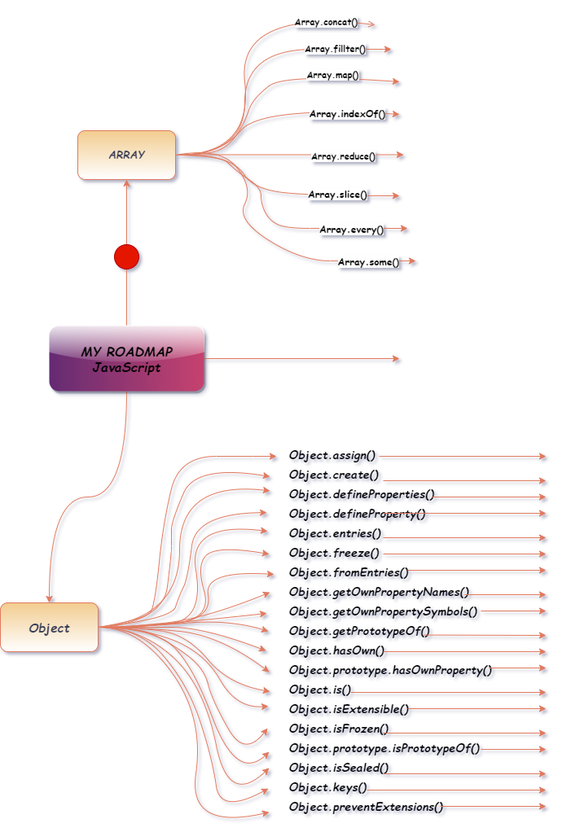
This is Untitled Diagram.png from DungVietLe/abc, a draw.io export, as it was before one commit. Source tidied: cells renumbered, new cells last; positions are measured from the earlier drawing's top-left corner, leaving out a move shared by most shapes.
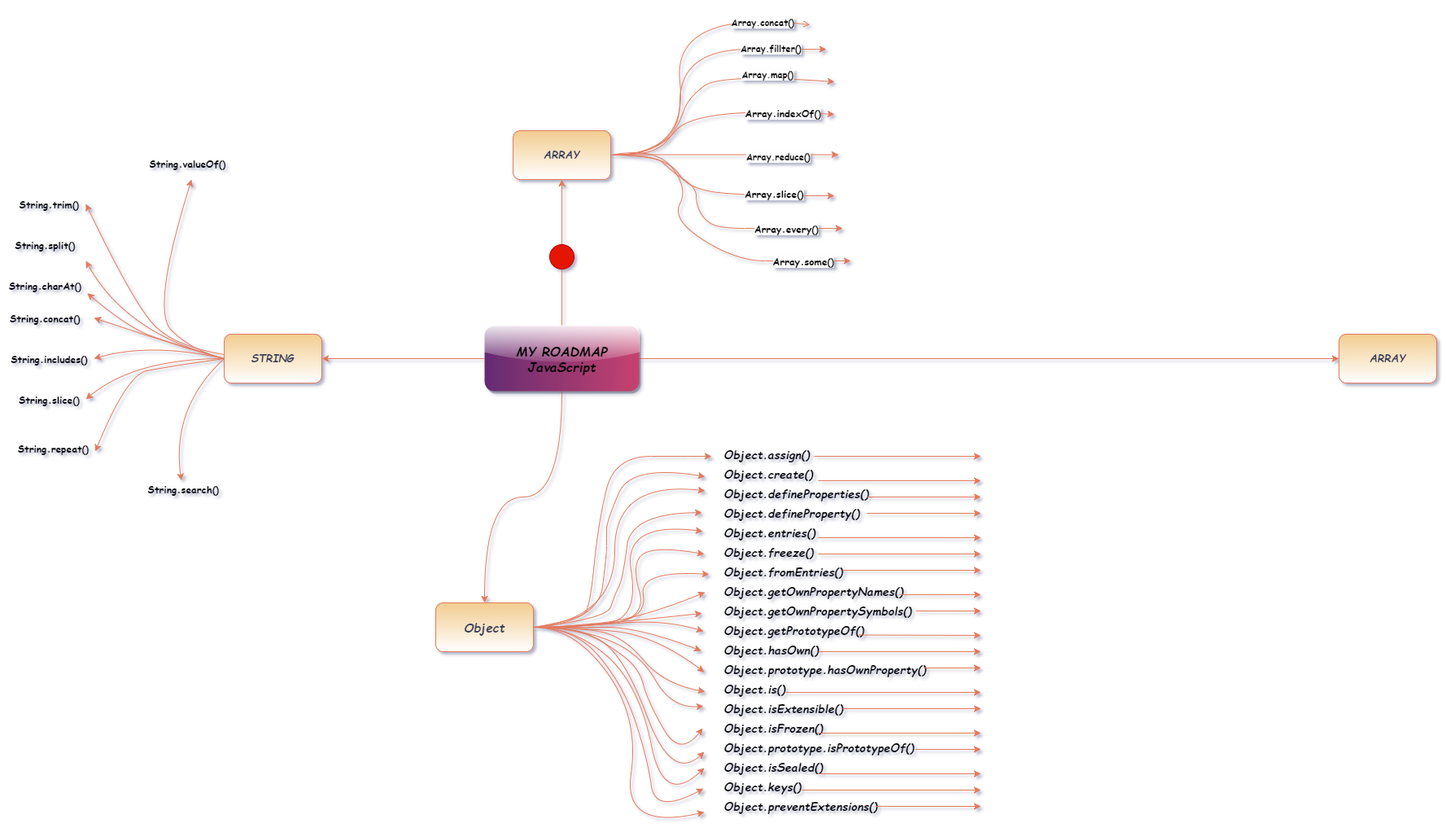
The same file after the commit.

Commit message:
Cập nhật Untitled Diagram.png

Diff of the diagram source:
```diff
@@ -17,10 +17,8 @@
     <mxCell id="3" value="&lt;b&gt;&lt;font style=&quot;font-size: 12px&quot; face=&quot;Comic Sans MS&quot;&gt;Array.some()&lt;/font&gt;&lt;/b&gt;" style="edgeLabel;html=1;align=center;verticalAlign=middle;fontColor=#000000;" parent="2" vertex="1">
       <mxGeometry x="0.7" relative="1" as="geometry" />
     </mxCell>
-    <mxCell id="4" style="edgeStyle=orthogonalEdgeStyle;curved=1;rounded=1;sketch=0;jettySize=auto;html=1;fontColor=#393C56;strokeColor=#E07A5F;fillColor=#F2CC8F;" parent="1" edge="1" source="7">
-      <mxGeometry relative="1" as="geometry">
-        <mxPoint x="490" y="440" as="targetPoint" />
-      </mxGeometry>
+    <mxCell id="4" style="edgeStyle=orthogonalEdgeStyle;curved=1;rounded=1;sketch=0;jettySize=auto;html=1;fontColor=#393C56;strokeColor=#E07A5F;fillColor=#F2CC8F;entryX=0;entryY=0.5;entryDx=0;entryDy=0;" parent="1" edge="1" source="7" target="85">
+      <mxGeometry relative="1" as="geometry" />
     </mxCell>
     <mxCell id="5" style="edgeStyle=orthogonalEdgeStyle;curved=1;rounded=1;sketch=0;jettySize=auto;html=1;entryX=0.5;entryY=1;entryDx=0;entryDy=0;fontColor=#393C56;strokeColor=#E07A5F;fillColor=#F2CC8F;" parent="1" edge="1" source="7" target="8">
       <mxGeometry relative="1" as="geometry" />
@@ -28,6 +26,9 @@
     <mxCell id="6" style="edgeStyle=orthogonalEdgeStyle;curved=1;rounded=1;sketch=0;jettySize=auto;html=1;entryX=0.5;entryY=0;entryDx=0;entryDy=0;fontColor=#393C56;strokeColor=#E07A5F;fillColor=#F2CC8F;" parent="1" edge="1" source="7" target="9">
       <mxGeometry relative="1" as="geometry" />
     </mxCell>
+    <mxCell id="65" style="edgeStyle=orthogonalEdgeStyle;rounded=0;jettySize=auto;html=1;fontColor=#000000;strokeColor=#E07A5F;" parent="1" edge="1" source="7" target="66">
+      <mxGeometry relative="1" as="geometry" />
+    </mxCell>
     <mxCell id="7" value="&lt;i&gt;&lt;b&gt;&lt;font style=&quot;font-size: 16px ; line-height: 120%&quot; face=&quot;Comic Sans MS&quot; color=&quot;#000000&quot;&gt;MY ROADMAP JavaScript&lt;/font&gt;&lt;/b&gt;&lt;/i&gt;" style="shadow=1;labelBorderColor=none;whiteSpace=wrap;html=1;fontColor=#393C56;fillStyle=dashed;rounded=1;glass=1;gradientDirection=east;strokeColor=none;sketch=0;fillColor=#642b73;gradientColor=#c6426e;" parent="1" vertex="1">
       <mxGeometry x="60" y="400" width="190" height="80" as="geometry" />
     </mxCell>
@@ -363,7 +364,7 @@
     </mxCell>
     <mxCell id="49" style="endArrow=classic;html=1;fontColor=#000000;strokeColor=#E07A5F;" parent="1" edge="1">
       <mxGeometry relative="1" as="geometry">
-        <mxPoint x="470" y="630" as="sourcePoint" />
+        <mxPoint x="530" y="630" as="sourcePoint" />
         <mxPoint x="670" y="630" as="targetPoint" />
       </mxGeometry>
     </mxCell>
@@ -457,5 +458,118 @@
         <mxPoint x="670" y="990" as="targetPoint" />
       </mxGeometry>
     </mxCell>
+    <mxCell id="66" value="&lt;i&gt;&lt;b&gt;&lt;font face=&quot;Comic Sans MS&quot; style=&quot;font-size: 13px&quot;&gt;STRING&lt;/font&gt;&lt;/b&gt;&lt;/i&gt;" style="whiteSpace=wrap;html=1;fontColor=#393C56;gradientDirection=south;fillColor=#F2CC8F;rounded=1;strokeColor=#E07A5F;gradientColor=#ffffff;" parent="1" vertex="1">
+      <mxGeometry x="-260" y="410" width="120" height="60" as="geometry" />
+    </mxCell>
+    <mxCell id="67" value="String.charAt()" style="text;html=1;align=center;verticalAlign=middle;points=[];strokeColor=none;fontColor=#000000;fontStyle=1;fontFamily=Comic Sans MS;" parent="1" vertex="1">
+      <mxGeometry x="-535" y="340" width="110" height="20" as="geometry" />
+    </mxCell>
+    <mxCell id="68" value="String.concat()" style="text;html=1;align=center;verticalAlign=middle;strokeColor=none;fontColor=#000000;fontStyle=1;fontFamily=Comic Sans MS;" parent="1" vertex="1">
+      <mxGeometry x="-530" y="380" width="100" height="20" as="geometry" />
+    </mxCell>
+    <mxCell id="69" value="String.includes()" style="text;html=1;align=center;verticalAlign=middle;strokeColor=none;fontColor=#000000;fontStyle=1;fontFamily=Comic Sans MS;" parent="1" vertex="1">
+      <mxGeometry x="-530" y="430" width="110" height="20" as="geometry" />
+    </mxCell>
+    <mxCell id="70" value="String.slice()" style="text;html=1;align=center;verticalAlign=middle;strokeColor=none;fontColor=#000000;fontStyle=1;fontFamily=Comic Sans MS;" parent="1" vertex="1">
+      <mxGeometry x="-520" y="480" width="90" height="20" as="geometry" />
+    </mxCell>
+    <mxCell id="71" value="String.repeat()" style="text;html=1;align=center;verticalAlign=middle;points=[];strokeColor=none;fontColor=#000000;fontStyle=1;fontFamily=Comic Sans MS;" parent="1" vertex="1">
+      <mxGeometry x="-520" y="540" width="100" height="20" as="geometry" />
+    </mxCell>
+    <mxCell id="72" value="String.search()" style="text;html=1;align=center;verticalAlign=middle;points=[];strokeColor=none;fontColor=#000000;fontStyle=1;fontFamily=Comic Sans MS;" parent="1" vertex="1">
+      <mxGeometry x="-360" y="590" width="100" height="20" as="geometry" />
+    </mxCell>
+    <mxCell id="73" value="String.split()" style="text;html=1;align=center;verticalAlign=middle;strokeColor=none;fontColor=#000000;fontStyle=1;fontFamily=Comic Sans MS;" parent="1" vertex="1">
+      <mxGeometry x="-525" y="290" width="90" height="20" as="geometry" />
+    </mxCell>
+    <mxCell id="74" value="String.trim()" style="text;html=1;align=center;verticalAlign=middle;strokeColor=none;fontColor=#000000;fontStyle=1;fontFamily=Comic Sans MS;" parent="1" vertex="1">
+      <mxGeometry x="-520" y="240" width="90" height="20" as="geometry" />
+    </mxCell>
+    <mxCell id="75" value="String.valueOf()" style="text;html=1;align=center;verticalAlign=middle;points=[];strokeColor=none;fontColor=#000000;fontStyle=1;fontFamily=Comic Sans MS;" parent="1" vertex="1">
+      <mxGeometry x="-360" y="190" width="110" height="20" as="geometry" />
+    </mxCell>
+    <mxCell id="76" style="curved=1;endArrow=classic;html=1;fontFamily=Comic Sans MS;fontColor=#000000;strokeColor=#E07A5F;entryX=0.545;entryY=1.5;entryDx=0;entryDy=0;entryPerimeter=0;" parent="1" edge="1" target="75">
+      <mxGeometry relative="1" as="geometry">
+        <mxPoint x="-260" y="440" as="sourcePoint" />
+        <Array as="points">
+          <mxPoint x="-300" y="430" />
+          <mxPoint x="-350" y="380" />
+        </Array>
+      </mxGeometry>
+    </mxCell>
+    <mxCell id="77" style="curved=1;endArrow=classic;html=1;fontFamily=Comic Sans MS;fontColor=#000000;strokeColor=#E07A5F;" parent="1" edge="1">
+      <mxGeometry relative="1" as="geometry">
+        <mxPoint x="-260" y="435" as="sourcePoint" />
+        <mxPoint x="-430" y="250" as="targetPoint" />
+        <Array as="points">
+          <mxPoint x="-320" y="425" />
+          <mxPoint x="-370" y="375" />
+        </Array>
+      </mxGeometry>
+    </mxCell>
+    <mxCell id="78" style="curved=1;endArrow=classic;html=1;fontFamily=Comic Sans MS;fontColor=#000000;strokeColor=#E07A5F;" parent="1" edge="1">
+      <mxGeometry relative="1" as="geometry">
+        <mxPoint x="-260" y="440" as="sourcePoint" />
+        <mxPoint x="-430" y="320" as="targetPoint" />
+        <Array as="points">
+          <mxPoint x="-380" y="410" />
+        </Array>
+      </mxGeometry>
+    </mxCell>
+    <mxCell id="79" style="curved=1;endArrow=classic;html=1;fontFamily=Comic Sans MS;fontColor=#000000;strokeColor=#E07A5F;entryX=0.97;entryY=0.986;entryDx=0;entryDy=0;entryPerimeter=0;" parent="1" edge="1" target="67">
+      <mxGeometry relative="1" as="geometry">
+        <mxPoint x="-260" y="440" as="sourcePoint" />
+        <Array as="points">
+          <mxPoint x="-330" y="420" />
+          <mxPoint x="-380" y="400" />
+        </Array>
+      </mxGeometry>
+    </mxCell>
+    <mxCell id="80" style="curved=1;endArrow=classic;html=1;fontFamily=Comic Sans MS;fontColor=#000000;strokeColor=#E07A5F;" parent="1" edge="1">
+      <mxGeometry relative="1" as="geometry">
+        <mxPoint x="-260" y="440" as="sourcePoint" />
+        <mxPoint x="-420" y="390" as="targetPoint" />
+        <Array as="points">
+          <mxPoint x="-300" y="430" />
+        </Array>
+      </mxGeometry>
+    </mxCell>
+    <mxCell id="81" style="curved=1;endArrow=classic;html=1;fontFamily=Comic Sans MS;fontColor=#000000;strokeColor=#E07A5F;" parent="1" edge="1">
+      <mxGeometry relative="1" as="geometry">
+        <mxPoint x="-260" y="440" as="sourcePoint" />
+        <mxPoint x="-420" y="440" as="targetPoint" />
+        <Array as="points">
+          <mxPoint x="-350" y="420" />
+        </Array>
+      </mxGeometry>
+    </mxCell>
+    <mxCell id="82" style="curved=1;endArrow=classic;html=1;fontFamily=Comic Sans MS;fontColor=#000000;strokeColor=#E07A5F;" parent="1" edge="1">
+      <mxGeometry relative="1" as="geometry">
+        <mxPoint x="-260" y="440" as="sourcePoint" />
+        <mxPoint x="-430" y="490" as="targetPoint" />
+        <Array as="points">
+          <mxPoint x="-370" y="440" />
+        </Array>
+      </mxGeometry>
+    </mxCell>
+    <mxCell id="83" style="curved=1;endArrow=classic;html=1;fontFamily=Comic Sans MS;fontColor=#000000;strokeColor=#E07A5F;entryX=1.017;entryY=0.7;entryDx=0;entryDy=0;entryPerimeter=0;" parent="1" edge="1" target="71">
+      <mxGeometry relative="1" as="geometry">
+        <mxPoint x="-260" y="440" as="sourcePoint" />
+        <Array as="points">
+          <mxPoint x="-330" y="450" />
+          <mxPoint x="-380" y="460" />
+        </Array>
+      </mxGeometry>
+    </mxCell>
+    <mxCell id="84" style="curved=1;endArrow=classic;html=1;fontFamily=Comic Sans MS;fontColor=#000000;strokeColor=#E07A5F;exitX=0;exitY=0.5;exitDx=0;exitDy=0;entryX=0.474;entryY=-0.014;entryDx=0;entryDy=0;entryPerimeter=0;" parent="1" edge="1" source="66" target="72">
+      <mxGeometry relative="1" as="geometry">
+        <Array as="points">
+          <mxPoint x="-325" y="500" />
+        </Array>
+      </mxGeometry>
+    </mxCell>
+    <mxCell id="85" value="&lt;i&gt;&lt;b&gt;&lt;font face=&quot;Comic Sans MS&quot; style=&quot;font-size: 13px&quot;&gt;ARRAY&lt;/font&gt;&lt;/b&gt;&lt;/i&gt;" style="whiteSpace=wrap;html=1;fontColor=#393C56;gradientDirection=south;fillColor=#F2CC8F;rounded=1;strokeColor=#E07A5F;gradientColor=#ffffff;" parent="1" vertex="1">
+      <mxGeometry x="1110" y="410" width="120" height="60" as="geometry" />
+    </mxCell>
   </root>
 </mxGraphModel>
```
